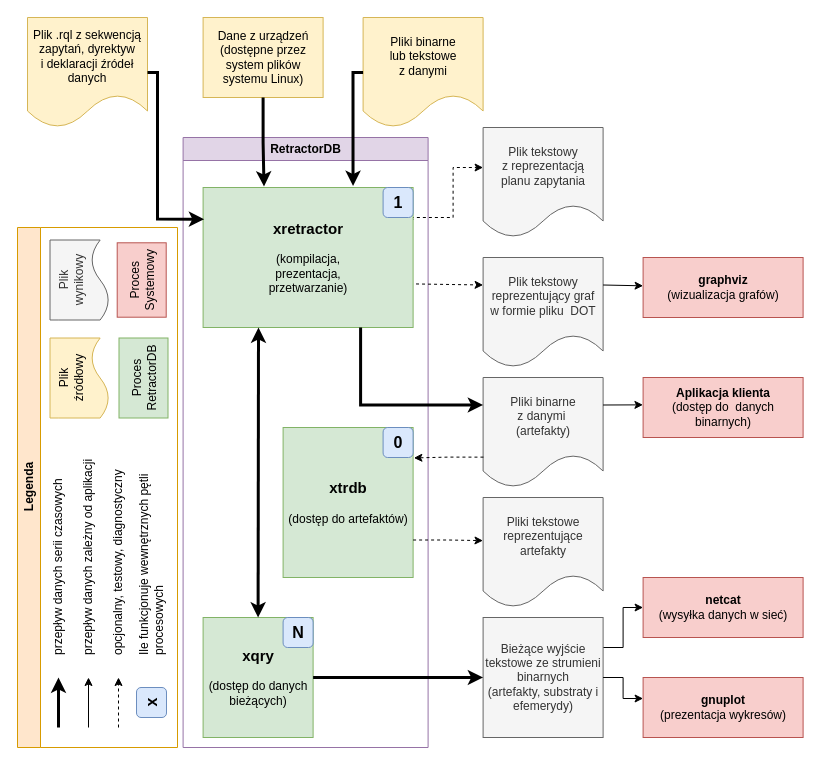
This is page "Data and control flow" (1 of 11) of assets/zrodlo-rysunkow.drawio from michalwidera/documentation-rdb, a draw.io file, before an edit. Source tidied: cells renumbered, new cells numbered last; positions are measured from the earlier drawing's top-left corner, leaving out a move shared by most shapes. Both pictures are drawn from the tidied source at 100%, with x=0, y=0 at pixel (-163, 17).
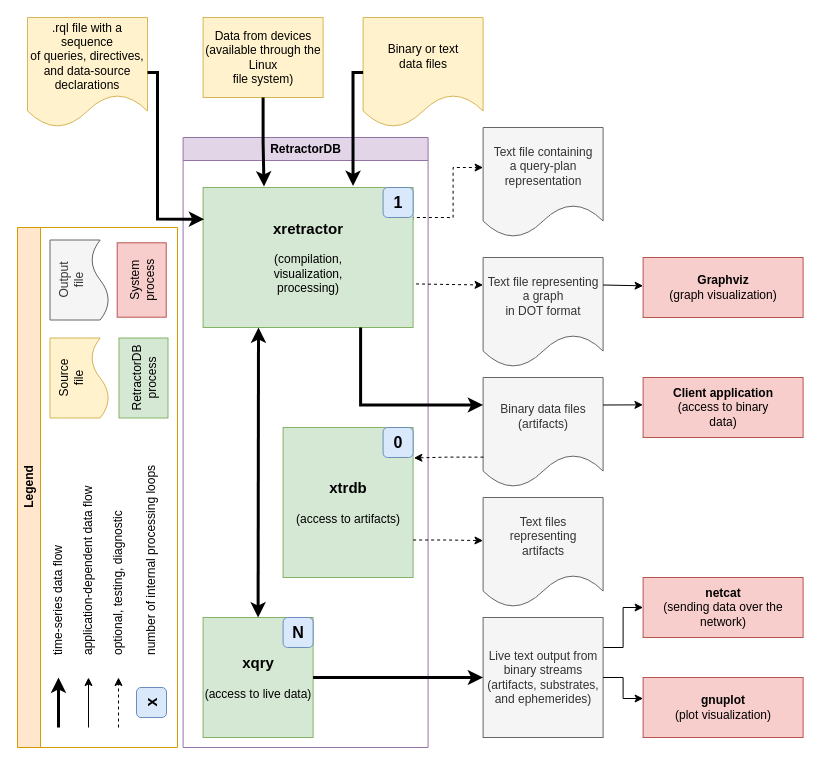
The same diagram, later.

The change refers to these unchanged cells:
```xml
<mxCell id="14" value="RetractorDB" style="swimlane;whiteSpace=wrap;html=1;fillColor=#e1d5e7;strokeColor=#9673a6;" parent="1" vertex="1">
  <mxGeometry x="345.6" y="120" width="245" height="610" as="geometry" />
</mxCell>
```

Diff of the diagram source:
```diff
@@
-    <mxCell id="2" value="Dane z urządzeń&lt;div&gt;(dostępne przez system plików&lt;/div&gt;&lt;div&gt;systemu Linux)&lt;/div&gt;" style="rounded=0;whiteSpace=wrap;html=1;fillColor=#fff2cc;strokeColor=#d6b656;" parent="1" vertex="1">
+    <mxCell id="2" value="Data from devices&lt;div&gt;(available through the Linux&lt;/div&gt;&lt;div&gt;file system)&lt;/div&gt;" style="rounded=0;whiteSpace=wrap;html=1;fillColor=#fff2cc;strokeColor=#d6b656;" parent="1" vertex="1">
       <mxGeometry x="365.6" width="120" height="80" as="geometry" />
     </mxCell>
-    <mxCell id="3" value="Plik .rql z sekwencją&lt;div&gt;zapytań, dyrektyw&lt;/div&gt;&lt;div&gt;i deklaracji źródeł&lt;/div&gt;&lt;div&gt;danych&lt;/div&gt;" style="shape=document;whiteSpace=wrap;html=1;boundedLbl=1;fillColor=#fff2cc;strokeColor=#d6b656;" parent="1" vertex="1">
+    <mxCell id="3" value=".rql file with a sequence&lt;div&gt;of queries, directives,&lt;/div&gt;&lt;div&gt;and data-source&lt;/div&gt;&lt;div&gt;declarations&lt;/div&gt;" style="shape=document;whiteSpace=wrap;html=1;boundedLbl=1;fillColor=#fff2cc;strokeColor=#d6b656;" parent="1" vertex="1">
       <mxGeometry x="190" width="120" height="110" as="geometry" />
     </mxCell>
-    <mxCell id="4" value="Plik tekstowy&lt;div&gt;z reprezentacją&lt;/div&gt;&lt;div&gt;planu zapytania&lt;/div&gt;" style="shape=document;whiteSpace=wrap;html=1;boundedLbl=1;fillColor=#f5f5f5;fontColor=#333333;strokeColor=#666666;" parent="1" vertex="1">
+    <mxCell id="4" value="Text file containing&lt;div&gt;a query-plan&lt;/div&gt;&lt;div&gt;representation&lt;/div&gt;" style="shape=document;whiteSpace=wrap;html=1;boundedLbl=1;fillColor=#f5f5f5;fontColor=#333333;strokeColor=#666666;" parent="1" vertex="1">
       <mxGeometry x="645.6" y="110" width="120" height="110" as="geometry" />
     </mxCell>
-    <mxCell id="5" value="Plik tekstowy reprezentujący graf&lt;br&gt;w formie pliku&amp;nbsp; DOT" style="shape=document;whiteSpace=wrap;html=1;boundedLbl=1;fillColor=#f5f5f5;fontColor=#333333;strokeColor=#666666;" parent="1" vertex="1">
+    <mxCell id="5" value="Text file representing a graph&lt;br&gt;in DOT format" style="shape=document;whiteSpace=wrap;html=1;boundedLbl=1;fillColor=#f5f5f5;fontColor=#333333;strokeColor=#666666;" parent="1" vertex="1">
       <mxGeometry x="645.6" y="240" width="120" height="110" as="geometry" />
     </mxCell>
-    <mxCell id="6" value="Pliki binarne&lt;div&gt;z danymi&amp;nbsp;&lt;/div&gt;&lt;div&gt;(artefakty)&lt;/div&gt;" style="shape=document;whiteSpace=wrap;html=1;boundedLbl=1;fillColor=#f5f5f5;fontColor=#333333;strokeColor=#666666;" parent="1" vertex="1">
+    <mxCell id="6" value="Binary data files&lt;div&gt;(artifacts)&lt;/div&gt;" style="shape=document;whiteSpace=wrap;html=1;boundedLbl=1;fillColor=#f5f5f5;fontColor=#333333;strokeColor=#666666;" parent="1" vertex="1">
       <mxGeometry x="645.6" y="360" width="120" height="110" as="geometry" />
     </mxCell>
@@
-    <mxCell id="8" value="Bieżące wyjście tekstowe ze strumieni binarnych&lt;div&gt;(artefakty, substraty i efemerydy)&lt;/div&gt;" style="rounded=0;whiteSpace=wrap;html=1;fillColor=#f5f5f5;fontColor=#333333;strokeColor=#666666;" parent="1" vertex="1">
+    <mxCell id="8" value="Live text output from binary streams&lt;div&gt;(artifacts, substrates, and ephemerides)&lt;/div&gt;" style="rounded=0;whiteSpace=wrap;html=1;fillColor=#f5f5f5;fontColor=#333333;strokeColor=#666666;" parent="1" vertex="1">
       <mxGeometry x="645.6" y="600" width="120" height="120" as="geometry" />
     </mxCell>
-    <mxCell id="9" value="Pliki binarne&lt;div&gt;lub tekstowe&lt;/div&gt;&lt;div&gt;z danymi&lt;/div&gt;" style="shape=document;whiteSpace=wrap;html=1;boundedLbl=1;fillColor=#fff2cc;strokeColor=#d6b656;" parent="1" vertex="1">
+    <mxCell id="9" value="Binary or text&lt;div&gt;data files&lt;/div&gt;" style="shape=document;whiteSpace=wrap;html=1;boundedLbl=1;fillColor=#fff2cc;strokeColor=#d6b656;" parent="1" vertex="1">
       <mxGeometry x="525.6" width="120" height="110" as="geometry" />
     </mxCell>
-    <mxCell id="10" value="&lt;b&gt;gnuplot&lt;/b&gt;&lt;div&gt;(prezentacja wykresów)&lt;/div&gt;" style="rounded=0;whiteSpace=wrap;html=1;fillColor=#f8cecc;strokeColor=#b85450;" parent="1" vertex="1">
+    <mxCell id="10" value="&lt;b&gt;gnuplot&lt;/b&gt;&lt;div&gt;(plot visualization)&lt;/div&gt;" style="rounded=0;whiteSpace=wrap;html=1;fillColor=#f8cecc;strokeColor=#b85450;" parent="1" vertex="1">
       <mxGeometry x="805.6" y="660" width="160" height="60" as="geometry" />
     </mxCell>
-    <mxCell id="11" value="&lt;b&gt;netcat&lt;/b&gt;&lt;div&gt;(wysyłka danych w sieć)&lt;/div&gt;" style="rounded=0;whiteSpace=wrap;html=1;fillColor=#f8cecc;strokeColor=#b85450;" parent="1" vertex="1">
+    <mxCell id="11" value="&lt;b&gt;netcat&lt;/b&gt;&lt;div&gt;(sending data over the network)&lt;/div&gt;" style="rounded=0;whiteSpace=wrap;html=1;fillColor=#f8cecc;strokeColor=#b85450;" parent="1" vertex="1">
       <mxGeometry x="805.6" y="560" width="160" height="60" as="geometry" />
     </mxCell>
-    <mxCell id="12" value="&lt;b&gt;graphviz&lt;/b&gt;&lt;br&gt;&lt;div&gt;(wizualizacja grafów)&lt;/div&gt;" style="rounded=0;whiteSpace=wrap;html=1;fillColor=#f8cecc;strokeColor=#b85450;" parent="1" vertex="1">
+    <mxCell id="12" value="&lt;b&gt;Graphviz&lt;/b&gt;&lt;br&gt;&lt;div&gt;(graph visualization)&lt;/div&gt;" style="rounded=0;whiteSpace=wrap;html=1;fillColor=#f8cecc;strokeColor=#b85450;" parent="1" vertex="1">
       <mxGeometry x="805.6" y="240" width="160" height="60" as="geometry" />
     </mxCell>
@@
-    <mxCell id="15" value="&lt;b&gt;&lt;font style=&quot;font-size: 15px;&quot;&gt;xretractor&lt;/font&gt;&lt;/b&gt;&lt;br&gt;&lt;br&gt;&lt;div&gt;(kompilacja,&lt;/div&gt;&lt;div&gt;prezentacja,&lt;/div&gt;&lt;div&gt;przetwarzanie)&lt;/div&gt;" style="rounded=0;whiteSpace=wrap;html=1;fillColor=#d5e8d4;strokeColor=#82b366;" parent="14" vertex="1">
+    <mxCell id="15" value="&lt;b&gt;&lt;font style=&quot;font-size: 15px;&quot;&gt;xretractor&lt;/font&gt;&lt;/b&gt;&lt;br&gt;&lt;br&gt;&lt;div&gt;(compilation,&lt;/div&gt;&lt;div&gt;visualization,&lt;/div&gt;&lt;div&gt;processing)&lt;/div&gt;" style="rounded=0;whiteSpace=wrap;html=1;fillColor=#d5e8d4;strokeColor=#82b366;" parent="14" vertex="1">
       <mxGeometry x="20" y="50" width="210" height="140" as="geometry" />
     </mxCell>
-    <mxCell id="16" value="&lt;b&gt;&lt;font style=&quot;font-size: 15px;&quot;&gt;xqry&lt;/font&gt;&lt;/b&gt;&lt;div&gt;&lt;br&gt;&lt;div&gt;(dostęp do danych bieżących)&lt;/div&gt;&lt;/div&gt;" style="rounded=0;whiteSpace=wrap;html=1;fillColor=#d5e8d4;strokeColor=#82b366;" parent="14" vertex="1">
+    <mxCell id="16" value="&lt;b&gt;&lt;font style=&quot;font-size: 15px;&quot;&gt;xqry&lt;/font&gt;&lt;/b&gt;&lt;div&gt;&lt;br&gt;&lt;div&gt;(access to live data)&lt;/div&gt;&lt;/div&gt;" style="rounded=0;whiteSpace=wrap;html=1;fillColor=#d5e8d4;strokeColor=#82b366;" parent="14" vertex="1">
       <mxGeometry x="20" y="480" width="110" height="120" as="geometry" />
     </mxCell>
@@
-    <mxCell id="18" value="&lt;b&gt;&lt;font style=&quot;font-size: 15px;&quot;&gt;xtrdb&lt;/font&gt;&lt;/b&gt;&lt;div&gt;&lt;br&gt;&lt;div&gt;(dostęp do artefaktów)&lt;/div&gt;&lt;/div&gt;" style="rounded=0;whiteSpace=wrap;html=1;fillColor=#d5e8d4;strokeColor=#82b366;" parent="14" vertex="1">
+    <mxCell id="18" value="&lt;b&gt;&lt;font style=&quot;font-size: 15px;&quot;&gt;xtrdb&lt;/font&gt;&lt;/b&gt;&lt;div&gt;&lt;br&gt;&lt;div&gt;(access to artifacts)&lt;/div&gt;&lt;/div&gt;" style="rounded=0;whiteSpace=wrap;html=1;fillColor=#d5e8d4;strokeColor=#82b366;" parent="14" vertex="1">
       <mxGeometry x="100" y="290" width="130" height="150" as="geometry" />
     </mxCell>
@@
-    <mxCell id="27" value="Pliki tekstowe&lt;div&gt;reprezentujące&lt;/div&gt;&lt;div&gt;artefakty&lt;/div&gt;" style="shape=document;whiteSpace=wrap;html=1;boundedLbl=1;fillColor=#f5f5f5;fontColor=#333333;strokeColor=#666666;" parent="1" vertex="1">
+    <mxCell id="27" value="Text files&lt;div&gt;representing&lt;/div&gt;&lt;div&gt;artifacts&lt;/div&gt;" style="shape=document;whiteSpace=wrap;html=1;boundedLbl=1;fillColor=#f5f5f5;fontColor=#333333;strokeColor=#666666;" parent="1" vertex="1">
       <mxGeometry x="645.6" y="480" width="120" height="110" as="geometry" />
     </mxCell>
@@
-    <mxCell id="29" value="&lt;div&gt;&lt;b&gt;Aplikacja klienta&lt;/b&gt;&lt;/div&gt;&lt;div&gt;(dostęp do&amp;nbsp; danych&lt;div&gt;binarnych)&lt;/div&gt;&lt;/div&gt;" style="rounded=0;whiteSpace=wrap;html=1;fillColor=#f8cecc;strokeColor=#b85450;" parent="1" vertex="1">
+    <mxCell id="29" value="&lt;div&gt;&lt;b&gt;Client application&lt;/b&gt;&lt;/div&gt;&lt;div&gt;(access to binary&lt;div&gt;data)&lt;/div&gt;&lt;/div&gt;" style="rounded=0;whiteSpace=wrap;html=1;fillColor=#f8cecc;strokeColor=#b85450;" parent="1" vertex="1">
       <mxGeometry x="805.6" y="360" width="160" height="60" as="geometry" />
     </mxCell>
@@
-    <mxCell id="31" value="Legenda" style="swimlane;whiteSpace=wrap;html=1;fillColor=#ffe6cc;strokeColor=#d79b00;rotation=-90;" parent="1" vertex="1">
+    <mxCell id="31" value="Legend" style="swimlane;whiteSpace=wrap;html=1;fillColor=#ffe6cc;strokeColor=#d79b00;rotation=-90;" parent="1" vertex="1">
       <mxGeometry y="390" width="520" height="160" as="geometry" />
     </mxCell>
@@
-    <mxCell id="33" value="przepływ danych serii czasowych" style="text;html=1;align=left;verticalAlign=middle;whiteSpace=wrap;rounded=0;rotation=-90;" parent="31" vertex="1">
+    <mxCell id="33" value="time-series data flow" style="text;html=1;align=left;verticalAlign=middle;whiteSpace=wrap;rounded=0;rotation=-90;" parent="31" vertex="1">
       <mxGeometry x="101" y="120" width="240" height="20" as="geometry" />
     </mxCell>
@@
-    <mxCell id="35" value="przepływ danych zależny od aplikacji" style="text;html=1;align=left;verticalAlign=middle;whiteSpace=wrap;rounded=0;rotation=-90;" parent="31" vertex="1">
+    <mxCell id="35" value="application-dependent data flow" style="text;html=1;align=left;verticalAlign=middle;whiteSpace=wrap;rounded=0;rotation=-90;" parent="31" vertex="1">
       <mxGeometry x="131" y="120" width="240" height="20" as="geometry" />
     </mxCell>
@@
-    <mxCell id="37" value="opcjonalny, testowy, diagnostyczny" style="text;html=1;align=left;verticalAlign=middle;whiteSpace=wrap;rounded=0;rotation=-90;" parent="31" vertex="1">
+    <mxCell id="37" value="optional, testing, diagnostic" style="text;html=1;align=left;verticalAlign=middle;whiteSpace=wrap;rounded=0;rotation=-90;" parent="31" vertex="1">
       <mxGeometry x="161" y="120" width="240" height="20" as="geometry" />
     </mxCell>
-    <mxCell id="38" value="Proces&lt;div&gt;Systemowy&lt;/div&gt;" style="rounded=0;whiteSpace=wrap;html=1;fillColor=#f8cecc;strokeColor=#b85450;rotation=-90;" parent="31" vertex="1">
+    <mxCell id="38" value="System&lt;div&gt;process&lt;/div&gt;" style="rounded=0;whiteSpace=wrap;html=1;fillColor=#f8cecc;strokeColor=#b85450;rotation=-90;" parent="31" vertex="1">
       <mxGeometry x="267" y="-152" width="74.4" height="49" as="geometry" />
     </mxCell>
-    <mxCell id="39" value="Proces&lt;div&gt;RetractorDB&lt;/div&gt;" style="rounded=0;whiteSpace=wrap;html=1;fillColor=#d5e8d4;strokeColor=#82b366;rotation=-90;" parent="31" vertex="1">
+    <mxCell id="39" value="RetractorDB&lt;div&gt;process&lt;/div&gt;" style="rounded=0;whiteSpace=wrap;html=1;fillColor=#d5e8d4;strokeColor=#82b366;rotation=-90;" parent="31" vertex="1">
       <mxGeometry x="266" y="-54" width="80" height="49" as="geometry" />
     </mxCell>
-    <mxCell id="40" value="Plik&lt;div&gt;źródłowy&lt;/div&gt;" style="shape=document;whiteSpace=wrap;html=1;boundedLbl=1;fillColor=#fff2cc;strokeColor=#d6b656;rotation=-90;" parent="31" vertex="1">
+    <mxCell id="40" value="Source&lt;div&gt;file&lt;/div&gt;" style="shape=document;whiteSpace=wrap;html=1;boundedLbl=1;fillColor=#fff2cc;strokeColor=#d6b656;rotation=-90;" parent="31" vertex="1">
       <mxGeometry x="202" y="-59" width="80" height="59" as="geometry" />
     </mxCell>
-    <mxCell id="41" value="Plik&lt;div&gt;wynikowy&lt;/div&gt;" style="shape=document;whiteSpace=wrap;html=1;boundedLbl=1;fillColor=#f5f5f5;strokeColor=#666666;fontColor=#333333;rotation=-90;" parent="31" vertex="1">
+    <mxCell id="41" value="Output&lt;div&gt;file&lt;/div&gt;" style="shape=document;whiteSpace=wrap;html=1;boundedLbl=1;fillColor=#f5f5f5;strokeColor=#666666;fontColor=#333333;rotation=-90;" parent="31" vertex="1">
       <mxGeometry x="202" y="-157" width="80" height="59" as="geometry" />
     </mxCell>
@@
-    <mxCell id="43" value="Ile funkcjonuje wewnętrznych pętli procesowych" style="text;html=1;align=left;verticalAlign=middle;whiteSpace=wrap;rounded=0;rotation=-90;" parent="31" vertex="1">
+    <mxCell id="43" value="number of internal processing loops" style="text;html=1;align=left;verticalAlign=middle;whiteSpace=wrap;rounded=0;rotation=-90;" parent="31" vertex="1">
       <mxGeometry x="194" y="120" width="240" height="20" as="geometry" />
     </mxCell>
```
